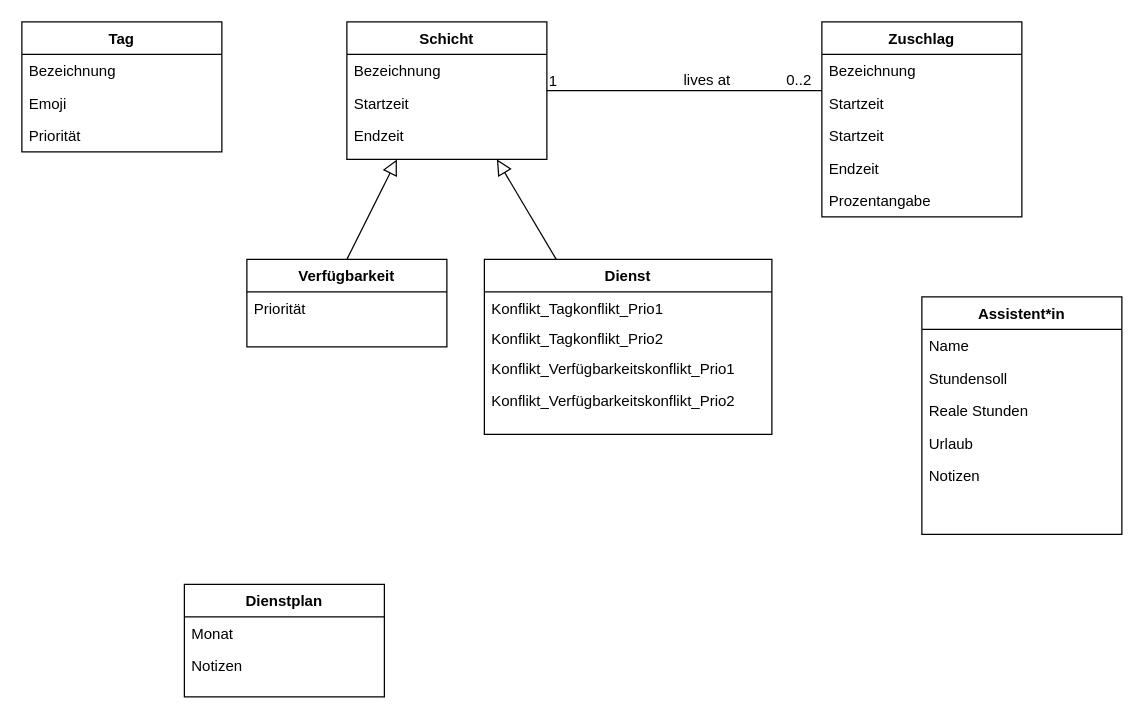
This is 4_Entwurf/4_UML/Unbenanntes Diagramm.drawio from annikalenneper/praxisprojekt_mi_bachelor_SoSe24, a draw.io file, before an edit. Source tidied: cells renumbered, new cells numbered last; positions are measured from the earlier drawing's top-left corner, leaving out a move shared by most shapes. Both pictures are drawn from the tidied source at 125%, with x=0, y=0 at pixel (21, 21).
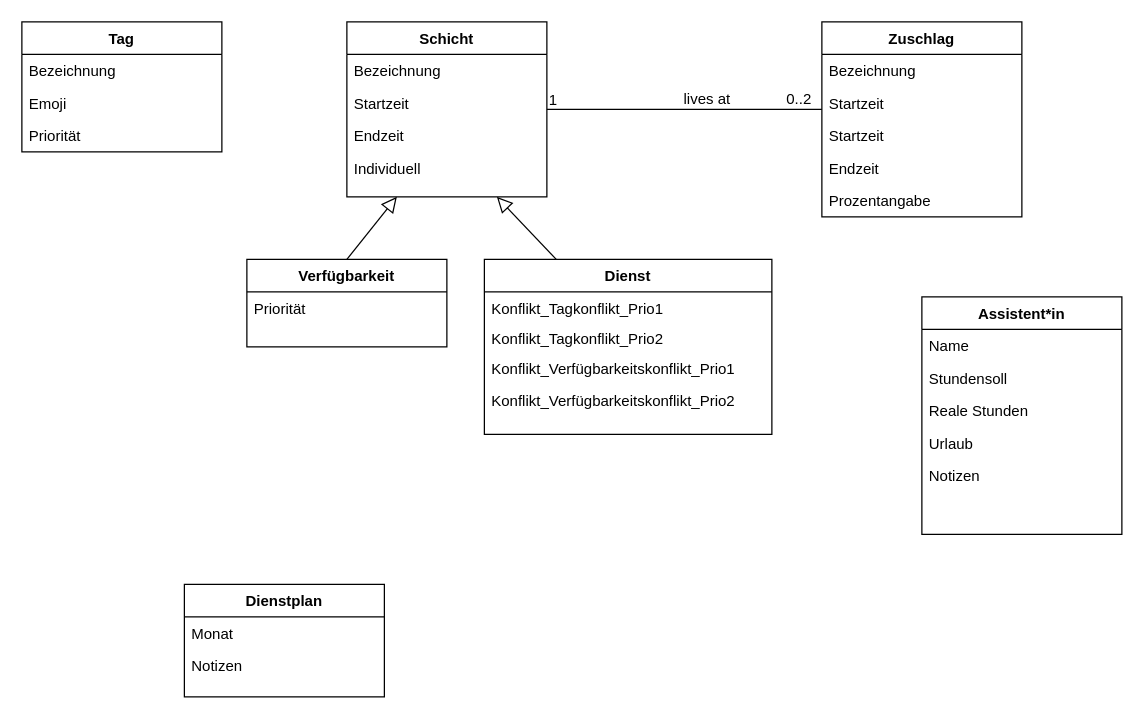
After the change.

Commit message:
changed domain class model: added "individual" as property of class "shift" (no subclass "individual shift" needed)

Change to the diagram source:
```diff
@@
     <mxCell id="2" value="Schicht" style="swimlane;fontStyle=1;align=center;verticalAlign=top;horizontal=1;startSize=26;rounded=0;shadow=0;strokeWidth=1;" parent="1" vertex="1">
-      <mxGeometry x="260" width="160" height="110" as="geometry" />
+      <mxGeometry x="260" width="160" height="140" as="geometry" />
     </mxCell>
@@
+    <mxCell id="38" value="Individuell" style="text;align=left;verticalAlign=top;spacingLeft=4;spacingRight=4;overflow=hidden;rounded=0;shadow=0;html=0;" parent="2" vertex="1">
+      <mxGeometry y="104" width="160" height="26" as="geometry" />
+    </mxCell>
```
